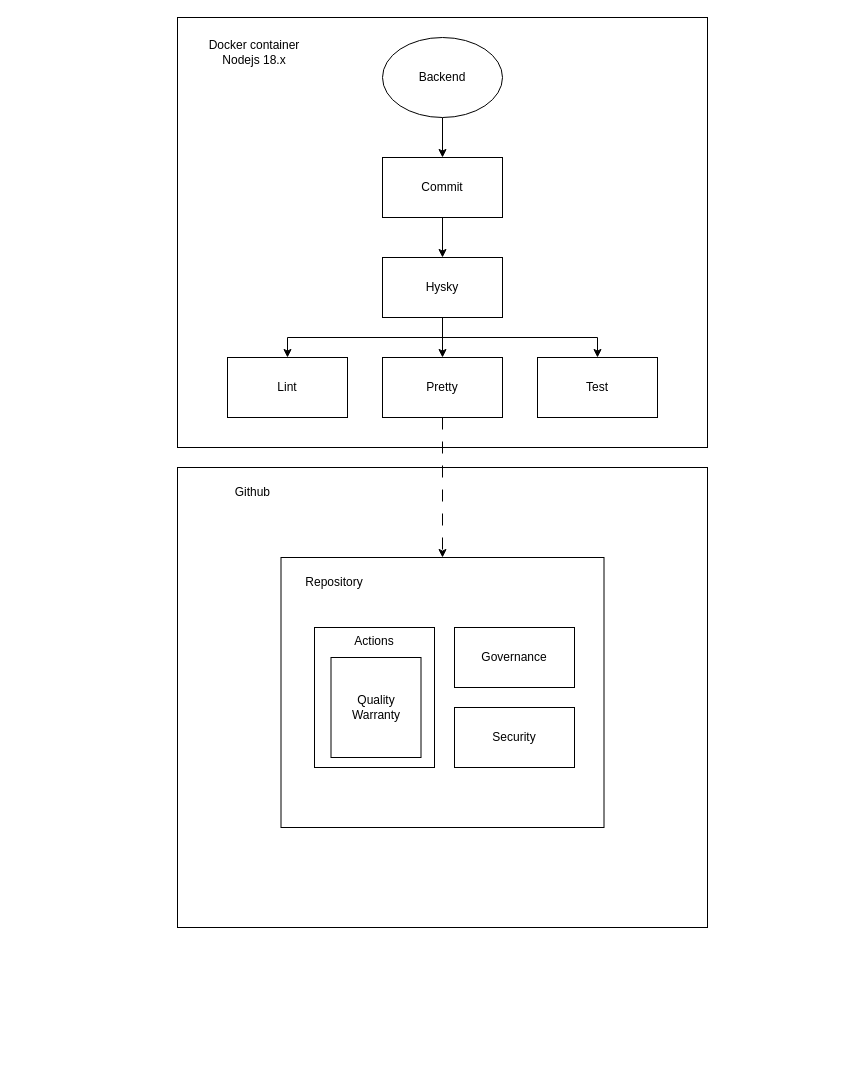
Earlier version of the draw.io diagram page "Backend Quality Warranty" (3 of 6) of cpi-publisher-diagram.drawio (gabriel-rodrigues-f/sap-cloud-integration-architectural-diagrams). Source tidied: cells renumbered, new cells numbered last; positions are measured from the earlier drawing's top-left corner, leaving out a move shared by most shapes. Both pictures are drawn from the tidied source at 100%, with x=0, y=0 at pixel (177, 17).
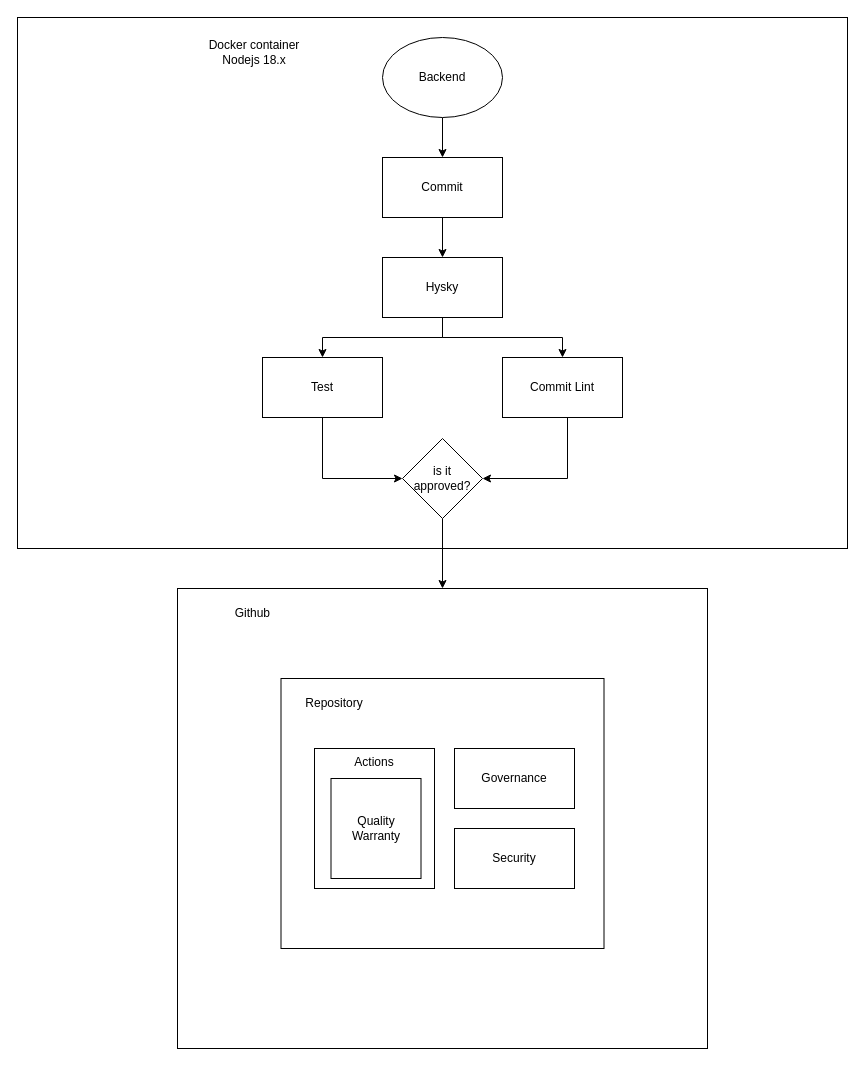
Above is the later version.

Unchanged cells that the change refers to:
```xml
<mxCell id="11" value="Hysky" style="rounded=0;whiteSpace=wrap;html=1;" parent="1" vertex="1">
  <mxGeometry x="205" y="240" width="120" height="60" as="geometry" />
</mxCell>
<mxCell id="19" style="rounded=0;whiteSpace=wrap;html=1;" parent="18" vertex="1">
  <mxGeometry width="323" height="270" as="geometry" />
</mxCell>
```

Change to the diagram source:
```diff
@@
     <mxCell id="2" style="rounded=0;whiteSpace=wrap;html=1;" parent="1" vertex="1">
-      <mxGeometry y="450" width="530" height="460" as="geometry" />
+      <mxGeometry y="571" width="530" height="460" as="geometry" />
     </mxCell>
     <mxCell id="3" style="rounded=0;whiteSpace=wrap;html=1;" parent="1" vertex="1">
-      <mxGeometry width="530" height="430" as="geometry" />
+      <mxGeometry x="-160" width="830" height="531" as="geometry" />
     </mxCell>
@@
-    <mxCell id="8" style="edgeStyle=orthogonalEdgeStyle;rounded=0;jettySize=auto;html=1;entryX=0.5;entryY=0;entryDx=0;entryDy=0;" parent="1" edge="1" source="11" target="13">
-      <mxGeometry relative="1" as="geometry" />
-    </mxCell>
-    <mxCell id="9" style="edgeStyle=orthogonalEdgeStyle;rounded=0;jettySize=auto;html=1;exitX=0.5;exitY=1;exitDx=0;exitDy=0;" parent="1" edge="1" source="11" target="14">
-      <mxGeometry relative="1" as="geometry" />
-    </mxCell>
@@
+    <mxCell id="25" style="edgeStyle=orthogonalEdgeStyle;rounded=0;jettySize=auto;html=1;" parent="1" edge="1" source="11" target="28">
+      <mxGeometry relative="1" as="geometry" />
+    </mxCell>
@@
-    <mxCell id="12" style="edgeStyle=orthogonalEdgeStyle;rounded=0;jettySize=auto;html=1;dashed=1;dashPattern=12 12;" parent="1" edge="1" source="13" target="19">
-      <mxGeometry relative="1" as="geometry" />
-    </mxCell>
-    <mxCell id="13" value="Pretty" style="rounded=0;whiteSpace=wrap;html=1;" parent="1" vertex="1">
-      <mxGeometry x="205" y="340" width="120" height="60" as="geometry" />
-    </mxCell>
-    <mxCell id="14" value="Lint" style="rounded=0;whiteSpace=wrap;html=1;" parent="1" vertex="1">
-      <mxGeometry x="50" y="340" width="120" height="60" as="geometry" />
-    </mxCell>
+    <mxCell id="26" style="edgeStyle=orthogonalEdgeStyle;rounded=0;jettySize=auto;html=1;" parent="1" edge="1" source="15" target="30">
+      <mxGeometry relative="1" as="geometry">
+        <Array as="points">
+          <mxPoint x="145" y="461" />
+        </Array>
+      </mxGeometry>
+    </mxCell>
     <mxCell id="15" value="Test" style="rounded=0;whiteSpace=wrap;html=1;" parent="1" vertex="1">
-      <mxGeometry x="360" y="340" width="120" height="60" as="geometry" />
+      <mxGeometry x="85" y="340" width="120" height="60" as="geometry" />
     </mxCell>
@@
     <mxCell id="17" value="Github&amp;nbsp;" style="text;html=1;strokeColor=none;fillColor=none;align=center;verticalAlign=middle;whiteSpace=wrap;rounded=0;" parent="1" vertex="1">
-      <mxGeometry x="17" y="460" width="120" height="30" as="geometry" />
+      <mxGeometry x="17" y="581" width="120" height="30" as="geometry" />
     </mxCell>
     <mxCell id="18" style="group;" parent="1" vertex="1">
-      <mxGeometry x="103.5" y="540" width="323" height="270" as="geometry" />
+      <mxGeometry x="103.5" y="661" width="323" height="270" as="geometry" />
     </mxCell>
@@
+    <mxCell id="27" style="edgeStyle=orthogonalEdgeStyle;rounded=0;jettySize=auto;html=1;entryX=1;entryY=0.5;entryDx=0;entryDy=0;" parent="1" edge="1" source="28" target="30">
+      <mxGeometry relative="1" as="geometry">
+        <Array as="points">
+          <mxPoint x="390" y="461" />
+        </Array>
+      </mxGeometry>
+    </mxCell>
+    <mxCell id="28" value="Commit Lint" style="rounded=0;whiteSpace=wrap;html=1;" parent="1" vertex="1">
+      <mxGeometry x="325" y="340" width="120" height="60" as="geometry" />
+    </mxCell>
+    <mxCell id="29" style="edgeStyle=orthogonalEdgeStyle;rounded=0;jettySize=auto;html=1;" parent="1" edge="1" source="30" target="2">
+      <mxGeometry relative="1" as="geometry" />
+    </mxCell>
+    <mxCell id="30" value="is it approved?" style="rhombus;whiteSpace=wrap;html=1;" parent="1" vertex="1">
+      <mxGeometry x="225" y="421" width="80" height="80" as="geometry" />
+    </mxCell>
```
